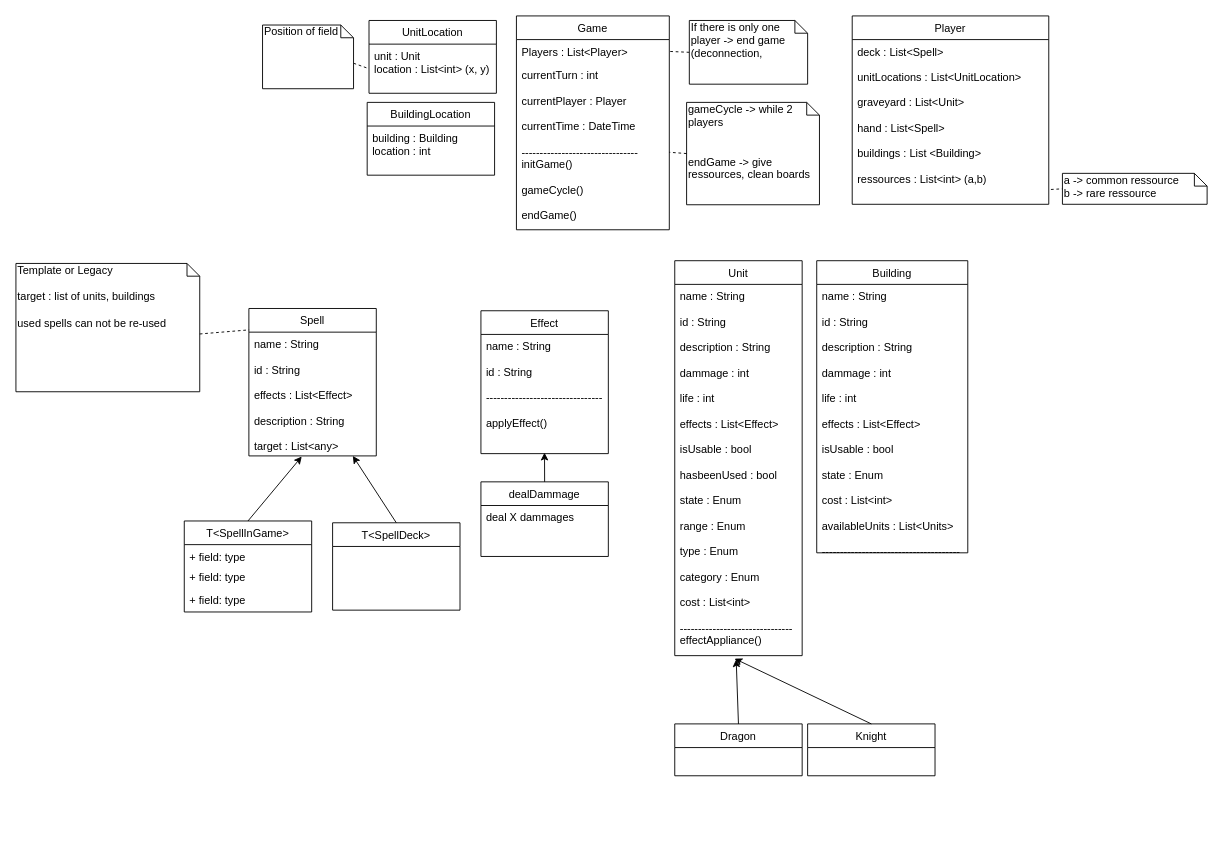
The draw.io diagram Documentation/ClassDiagram.drawio in LeopoldBriand-bot/TCGBench, before the edit. Source tidied: cells renumbered, new cells numbered last; positions are measured from the earlier drawing's top-left corner, leaving out a move shared by most shapes. Both pictures are drawn from the tidied source at 91%, with x=0, y=0 at pixel (15, 15).
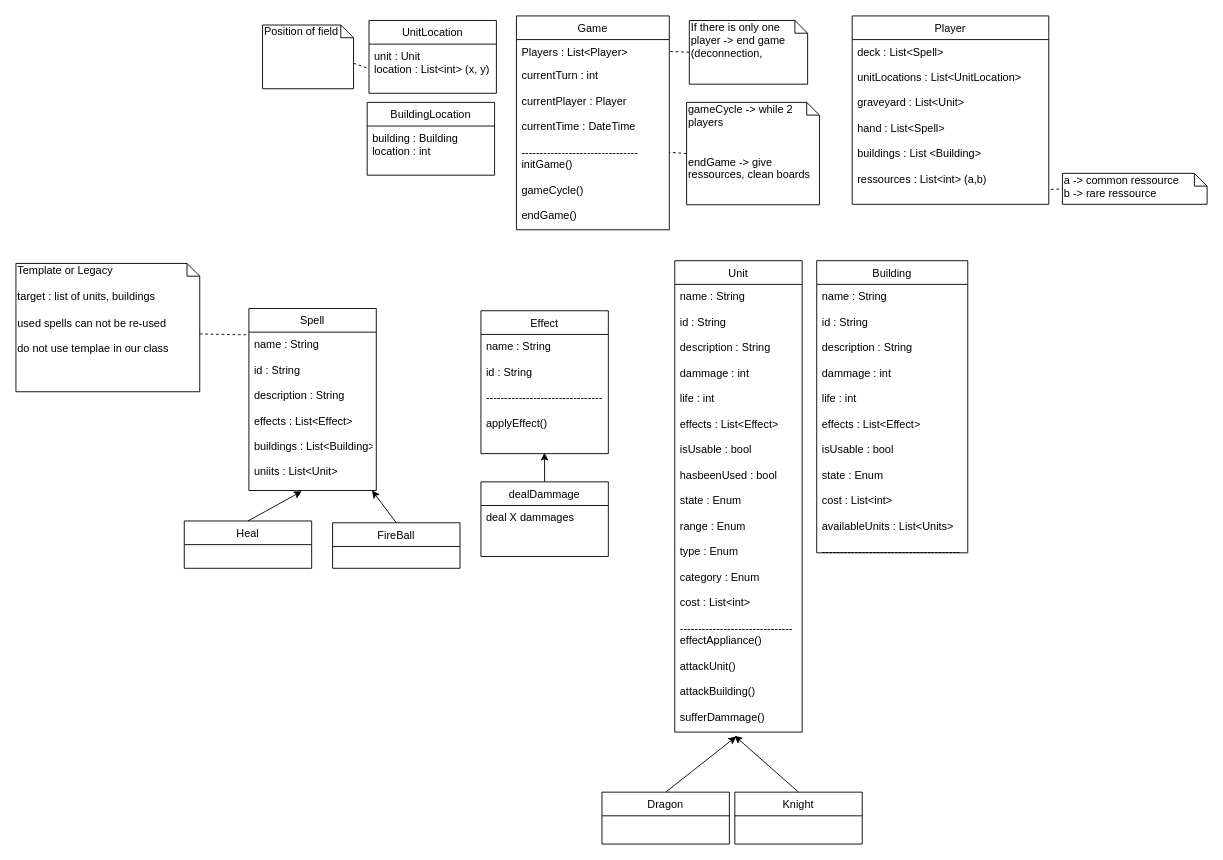
The same page after the edit.

Commit message (it also covers changes not shown here):
doc(ClassDiagram): update class diagram

Diff of the diagram source:
```diff
@@
-    <mxCell id="2" value="Template or Legacy&lt;br&gt;&lt;br&gt;target : list of units, buildings&lt;br&gt;&lt;br&gt;used spells can not be re-used" style="shape=note;whiteSpace=wrap;html=1;size=14;verticalAlign=top;align=left;spacingTop=-6;" parent="1" vertex="1">
+    <mxCell id="2" value="Template or Legacy&lt;br&gt;&lt;br&gt;target : list of units, buildings&lt;br&gt;&lt;br&gt;used spells can not be re-used&lt;br&gt;&lt;br&gt;do not use templae in our class" style="shape=note;whiteSpace=wrap;html=1;size=14;verticalAlign=top;align=left;spacingTop=-6;" parent="1" vertex="1">
       <mxGeometry y="272" width="202" height="141" as="geometry" />
     </mxCell>
@@
     <mxCell id="8" value="Unit" style="swimlane;fontStyle=0;horizontal=1;startSize=26;fillColor=none;" parent="1" vertex="1">
-      <mxGeometry x="724" y="269" width="140" height="434" as="geometry" />
+      <mxGeometry x="724" y="269" width="140" height="518" as="geometry" />
     </mxCell>
-    <mxCell id="9" value="name : String&#10;&#10;id : String&#10;&#10;description : String&#10;&#10;dammage : int&#10;&#10;life : int&#10;&#10;effects : List&lt;Effect&gt;&#10;&#10;isUsable : bool&#10;&#10;hasbeenUsed : bool&#10;&#10;state : Enum&#10;&#10;range : Enum&#10;&#10;type : Enum&#10;&#10;category : Enum&#10;&#10;cost : List&lt;int&gt;&#10;&#10;-------------------------------&#10;effectAppliance()" style="text;strokeColor=none;fillColor=none;align=left;verticalAlign=top;spacingLeft=4;spacingRight=4;overflow=hidden;points=[[0,0.5],[1,0.5]];portConstraint=eastwest;" parent="8" vertex="1">
-      <mxGeometry y="26" width="140" height="408" as="geometry" />
+    <mxCell id="9" value="name : String&#10;&#10;id : String&#10;&#10;description : String&#10;&#10;dammage : int&#10;&#10;life : int&#10;&#10;effects : List&lt;Effect&gt;&#10;&#10;isUsable : bool&#10;&#10;hasbeenUsed : bool&#10;&#10;state : Enum&#10;&#10;range : Enum&#10;&#10;type : Enum&#10;&#10;category : Enum&#10;&#10;cost : List&lt;int&gt;&#10;&#10;-------------------------------&#10;effectAppliance()&#10;&#10;attackUnit()&#10;&#10;attackBuilding()&#10;&#10;sufferDammage()" style="text;strokeColor=none;fillColor=none;align=left;verticalAlign=top;spacingLeft=4;spacingRight=4;overflow=hidden;points=[[0,0.5],[1,0.5]];portConstraint=eastwest;" parent="8" vertex="1">
+      <mxGeometry y="26" width="140" height="492" as="geometry" />
     </mxCell>
@@
-    <mxCell id="17" value="Dragon" style="swimlane;fontStyle=0;horizontal=1;startSize=26;fillColor=none;" parent="1" vertex="1">
-      <mxGeometry x="724" y="778" width="140" height="57" as="geometry" />
-    </mxCell>
-    <mxCell id="18" value="Knight" style="swimlane;fontStyle=0;horizontal=1;startSize=26;fillColor=none;" parent="1" vertex="1">
-      <mxGeometry x="870" y="778" width="140" height="57" as="geometry" />
-    </mxCell>
@@
-    <mxCell id="26" value="T&lt;SpellInGame&gt;" style="swimlane;fontStyle=0;horizontal=1;startSize=26;fillColor=none;" parent="1" vertex="1">
-      <mxGeometry x="185" y="555" width="140" height="100" as="geometry" />
+    <mxCell id="26" value="Heal" style="swimlane;fontStyle=0;horizontal=1;startSize=26;fillColor=none;" parent="1" vertex="1">
+      <mxGeometry x="185" y="555" width="140" height="52" as="geometry" />
     </mxCell>
-    <mxCell id="27" value="+ field: type" style="text;strokeColor=none;fillColor=none;align=left;verticalAlign=top;spacingLeft=4;spacingRight=4;overflow=hidden;" parent="26" vertex="1">
-      <mxGeometry y="26" width="140" height="22" as="geometry" />
-    </mxCell>
-    <mxCell id="28" value="+ field: type" style="text;strokeColor=none;fillColor=none;align=left;verticalAlign=top;spacingLeft=4;spacingRight=4;overflow=hidden;" parent="26" vertex="1">
-      <mxGeometry y="48" width="140" height="26" as="geometry" />
-    </mxCell>
-    <mxCell id="29" value="+ field: type" style="text;strokeColor=none;fillColor=none;align=left;verticalAlign=top;spacingLeft=4;spacingRight=4;overflow=hidden;" parent="26" vertex="1">
-      <mxGeometry y="74" width="140" height="26" as="geometry" />
-    </mxCell>
@@
-    <mxCell id="34" value="T&lt;SpellDeck&gt;" style="swimlane;fontStyle=0;horizontal=1;startSize=26;fillColor=none;" parent="1" vertex="1">
-      <mxGeometry x="348" y="557" width="140" height="96" as="geometry" />
+    <mxCell id="34" value="FireBall" style="swimlane;fontStyle=0;horizontal=1;startSize=26;fillColor=none;" parent="1" vertex="1">
+      <mxGeometry x="348" y="557" width="140" height="50" as="geometry" />
     </mxCell>
     <mxCell id="35" value="Spell" style="swimlane;fontStyle=0;horizontal=1;startSize=26;fillColor=none;" parent="1" vertex="1">
-      <mxGeometry x="256" y="321.5" width="140" height="162" as="geometry" />
+      <mxGeometry x="256" y="321.5" width="140" height="200" as="geometry" />
     </mxCell>
-    <mxCell id="36" value="name : String&#10;&#10;id : String&#10;&#10;effects : List&lt;Effect&gt;&#10;&#10;description : String&#10;&#10;target : List&lt;any&gt;&#10;&#10;" style="text;strokeColor=none;fillColor=none;align=left;verticalAlign=top;spacingLeft=4;spacingRight=4;overflow=hidden;points=[[0,0.5],[1,0.5]];portConstraint=eastwest;" parent="35" vertex="1">
-      <mxGeometry y="26" width="140" height="136" as="geometry" />
+    <mxCell id="36" value="name : String&#10;&#10;id : String&#10;&#10;description : String&#10;&#10;effects : List&lt;Effect&gt;&#10;&#10;buildings : List&lt;Building&gt;&#10;&#10;uniits : List&lt;Unit&gt;&#10;" style="text;strokeColor=none;fillColor=none;align=left;verticalAlign=top;spacingLeft=4;spacingRight=4;overflow=hidden;points=[[0,0.5],[1,0.5]];portConstraint=eastwest;" parent="35" vertex="1">
+      <mxGeometry y="26" width="140" height="174" as="geometry" />
     </mxCell>
@@
+    <mxCell id="18" value="Knight" style="swimlane;fontStyle=0;horizontal=1;startSize=26;fillColor=none;" parent="1" vertex="1">
+      <mxGeometry x="790" y="853" width="140" height="57" as="geometry" />
+    </mxCell>
+    <mxCell id="17" value="Dragon" style="swimlane;fontStyle=0;horizontal=1;startSize=26;fillColor=none;" parent="1" vertex="1">
+      <mxGeometry x="644" y="853" width="140" height="57" as="geometry" />
+    </mxCell>
```
